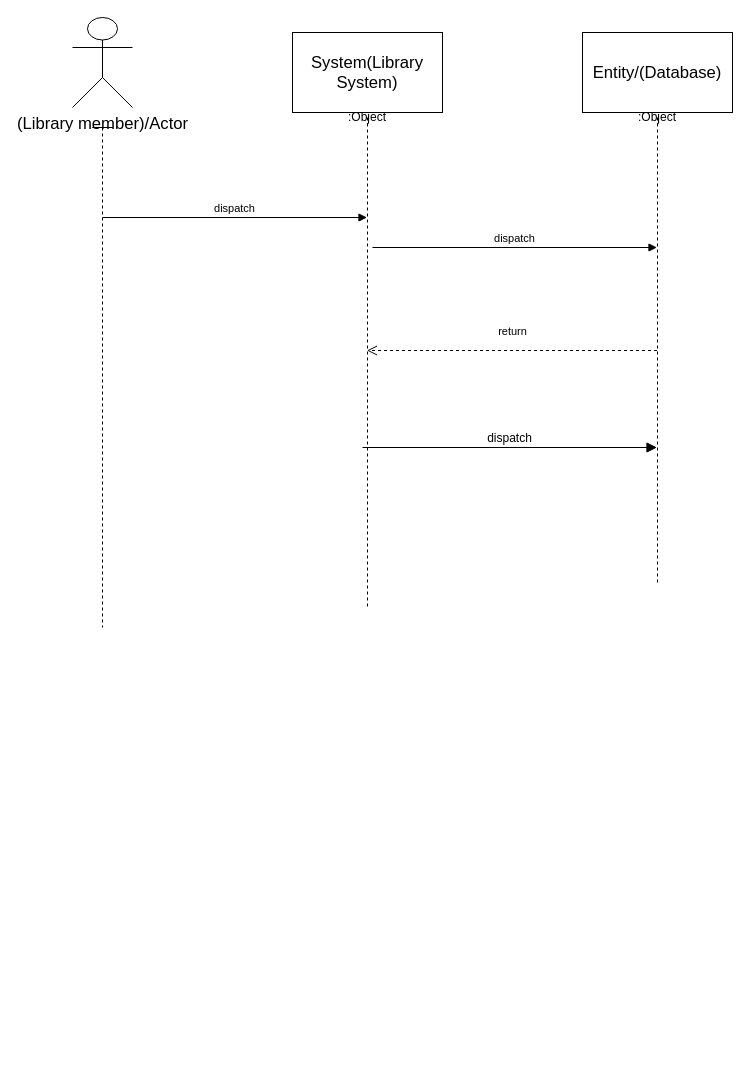
This is Untitled Diagram.drawio from namithaprasad5/Sales_Predictor, a draw.io file, before an edit. Source tidied: cells renumbered, new cells numbered last; positions are measured from the earlier drawing's top-left corner, leaving out a move shared by most shapes. Both pictures are drawn from the tidied source at 100%, with x=0, y=0 at pixel (72, 17).
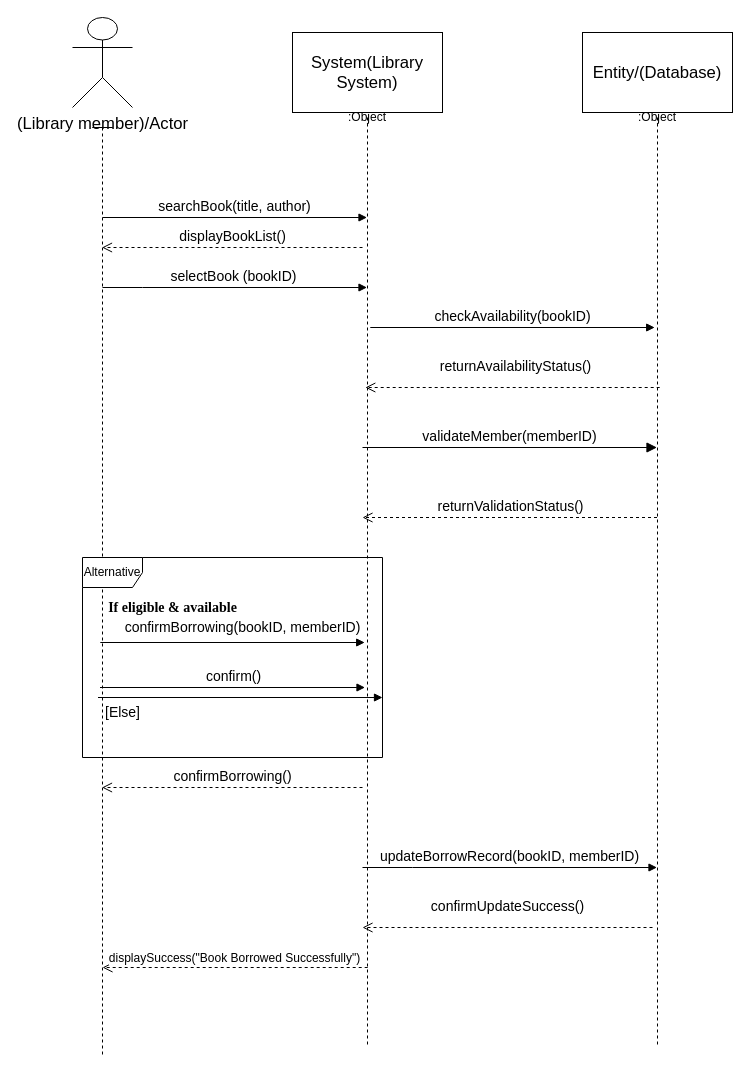
The same diagram, later.

Change to the diagram source:
```diff
@@
     <mxCell id="5" value=":Object" style="shape=umlLifeline;perimeter=lifelinePerimeter;whiteSpace=wrap;html=1;outlineConnect=0;portConstraint=eastwest;newEdgeStyle={&quot;curved&quot;:0,&quot;rounded&quot;:0};size=0;" parent="1" vertex="1">
-      <mxGeometry x="245" y="100" width="100" height="490" as="geometry" />
+      <mxGeometry x="245" y="100" width="100" height="930" as="geometry" />
     </mxCell>
     <mxCell id="6" value=":Object" style="shape=umlLifeline;perimeter=lifelinePerimeter;whiteSpace=wrap;html=1;outlineConnect=0;portConstraint=eastwest;newEdgeStyle={&quot;curved&quot;:0,&quot;rounded&quot;:0};size=0;" parent="1" vertex="1">
-      <mxGeometry x="535" y="100" width="100" height="466" as="geometry" />
+      <mxGeometry x="535" y="100" width="100" height="930" as="geometry" />
     </mxCell>
     <mxCell id="7" style="shape=umlLifeline;perimeter=lifelinePerimeter;whiteSpace=wrap;html=1;outlineConnect=0;portConstraint=eastwest;newEdgeStyle={&quot;curved&quot;:0,&quot;rounded&quot;:0};participant=umlActor;size=0;" parent="1" vertex="1">
-      <mxGeometry x="20" y="110" width="20" height="500" as="geometry" />
+      <mxGeometry x="20" y="110" width="20" height="930" as="geometry" />
     </mxCell>
-    <mxCell id="8" value="dispatch" style="html=1;verticalAlign=bottom;endArrow=block;curved=0;rounded=0;" parent="1" edge="1" target="5">
+    <mxCell id="8" value="&lt;font style=&quot;font-size: 14px;&quot;&gt;searchBook(title, author)&lt;/font&gt;" style="html=1;verticalAlign=bottom;endArrow=block;curved=0;rounded=0;" parent="1" edge="1" target="5">
       <mxGeometry relative="1" as="geometry">
         <mxPoint x="30" y="200" as="sourcePoint" />
       </mxGeometry>
     </mxCell>
-    <mxCell id="9" value="dispatch" style="html=1;verticalAlign=bottom;endArrow=block;curved=0;rounded=0;" parent="1" edge="1" target="6">
+    <mxCell id="9" value="&lt;font style=&quot;font-size: 14px;&quot;&gt;checkAvailability(bookID)&lt;/font&gt;" style="html=1;verticalAlign=bottom;endArrow=block;curved=0;rounded=0;" parent="1" edge="1">
       <mxGeometry relative="1" as="geometry">
-        <mxPoint x="300" y="230" as="sourcePoint" />
+        <mxPoint x="297.8" y="310" as="sourcePoint" />
+        <mxPoint x="582.2" y="310" as="targetPoint" />
       </mxGeometry>
     </mxCell>
-    <mxCell id="10" value="return" style="html=1;verticalAlign=bottom;endArrow=open;dashed=1;endSize=8;curved=0;rounded=0;" parent="1" edge="1" source="6" target="5">
-      <mxGeometry y="-10" relative="1" as="geometry" />
+    <mxCell id="10" value="&lt;font style=&quot;font-size: 14px;&quot;&gt;confirmUpdateSuccess()&lt;/font&gt;" style="html=1;verticalAlign=bottom;endArrow=open;dashed=1;endSize=8;curved=0;rounded=0;" parent="1" edge="1">
+      <mxGeometry y="-10" relative="1" as="geometry">
+        <mxPoint x="580" y="910" as="sourcePoint" />
+        <mxPoint x="290" y="910" as="targetPoint" />
+      </mxGeometry>
     </mxCell>
-    <mxCell id="11" value="dispatch" style="html=1;verticalAlign=bottom;endArrow=block;curved=0;rounded=0;fontSize=12;startSize=8;endSize=8;" parent="1" edge="1" target="6">
+    <mxCell id="11" value="&lt;font style=&quot;font-size: 14px;&quot;&gt;validateMember(memberID)&lt;/font&gt;" style="html=1;verticalAlign=bottom;endArrow=block;curved=0;rounded=0;fontSize=12;startSize=8;endSize=8;" parent="1" edge="1" target="6">
       <mxGeometry relative="1" as="geometry">
         <mxPoint x="290" y="430" as="sourcePoint" />
       </mxGeometry>
     </mxCell>
+    <mxCell id="12" value="&lt;font style=&quot;font-size: 14px;&quot;&gt;returnAvailabilityStatus()&lt;/font&gt;" style="html=1;verticalAlign=bottom;endArrow=open;dashed=1;endSize=8;curved=0;rounded=0;" parent="1" edge="1">
+      <mxGeometry x="-0.02" y="-10" relative="1" as="geometry">
+        <mxPoint x="587.2" y="370" as="sourcePoint" />
+        <mxPoint x="292.8" y="370" as="targetPoint" />
+      </mxGeometry>
+    </mxCell>
+    <mxCell id="13" value="&lt;font style=&quot;font-size: 14px;&quot;&gt;returnValidationStatus()&lt;/font&gt;" style="html=1;verticalAlign=bottom;endArrow=open;dashed=1;endSize=8;curved=0;rounded=0;" parent="1" edge="1" source="6">
+      <mxGeometry relative="1" as="geometry">
+        <mxPoint x="290" y="500" as="targetPoint" />
+      </mxGeometry>
+    </mxCell>
+    <mxCell id="14" value="&lt;font style=&quot;font-size: 14px;&quot;&gt;confirmBorrowing()&lt;/font&gt;" style="html=1;verticalAlign=bottom;endArrow=open;dashed=1;endSize=8;curved=0;rounded=0;" parent="1" edge="1">
+      <mxGeometry relative="1" as="geometry">
+        <mxPoint x="290" y="770" as="sourcePoint" />
+        <mxPoint x="29.5" y="770" as="targetPoint" />
+        <Array as="points">
+          <mxPoint x="250" y="770" />
+        </Array>
+      </mxGeometry>
+    </mxCell>
+    <mxCell id="15" value="&lt;font style=&quot;font-size: 14px;&quot;&gt;confirm()&lt;/font&gt;" style="html=1;verticalAlign=bottom;endArrow=block;curved=0;rounded=0;" parent="1" edge="1">
+      <mxGeometry relative="1" as="geometry">
+        <mxPoint x="27.5" y="670" as="sourcePoint" />
+        <mxPoint x="292.5" y="670" as="targetPoint" />
+      </mxGeometry>
+    </mxCell>
+    <mxCell id="16" value="&lt;font style=&quot;font-size: 14px;&quot;&gt;updateBorrowRecord(bookID, memberID)&lt;/font&gt;" style="html=1;verticalAlign=bottom;endArrow=block;curved=0;rounded=0;" parent="1" edge="1">
+      <mxGeometry relative="1" as="geometry">
+        <mxPoint x="290" y="850" as="sourcePoint" />
+        <mxPoint x="584.5" y="850" as="targetPoint" />
+        <Array as="points">
+          <mxPoint x="340" y="850" />
+        </Array>
+      </mxGeometry>
+    </mxCell>
+    <mxCell id="17" value="&lt;font style=&quot;font-size: 12px;&quot;&gt;displaySuccess(&quot;Book Borrowed Successfully&quot;)&lt;/font&gt;" style="html=1;verticalAlign=bottom;endArrow=open;dashed=1;endSize=8;curved=0;rounded=0;" parent="1" edge="1">
+      <mxGeometry relative="1" as="geometry">
+        <mxPoint x="295.2" y="950" as="sourcePoint" />
+        <mxPoint x="30" y="950" as="targetPoint" />
+        <Array as="points">
+          <mxPoint x="170.8" y="950" />
+        </Array>
+      </mxGeometry>
+    </mxCell>
+    <mxCell id="18" value="Alternative" style="shape=umlFrame;whiteSpace=wrap;html=1;" parent="1" vertex="1">
+      <mxGeometry x="10" y="540" width="300" height="200" as="geometry" />
+    </mxCell>
+    <mxCell id="19" style="html=1;verticalAlign=bottom;endArrow=block;curved=0;rounded=0;" parent="1" edge="1">
+      <mxGeometry relative="1" as="geometry">
+        <mxPoint x="27.8" y="625" as="sourcePoint" />
+        <mxPoint x="292.2" y="625" as="targetPoint" />
+      </mxGeometry>
+    </mxCell>
+    <mxCell id="20" value="&lt;font style=&quot;font-size: 14px;&quot;&gt;[Else]&lt;/font&gt;" style="text;html=1;align=center;verticalAlign=middle;strokeColor=none;fillColor=none;" parent="1" vertex="1">
+      <mxGeometry x="20" y="680" width="60" height="30" as="geometry" />
+    </mxCell>
+    <mxCell id="21" style="html=1;verticalAlign=bottom;endArrow=block;curved=0;rounded=0;" parent="1" edge="1">
+      <mxGeometry x="-0.05" y="10" relative="1" as="geometry">
+        <mxPoint x="25.5" y="680" as="sourcePoint" />
+        <mxPoint x="310" y="680" as="targetPoint" />
+      </mxGeometry>
+    </mxCell>
+    <mxCell id="22" value="&lt;font style=&quot;font-size: 14px;&quot;&gt;displayBookList()&lt;/font&gt;" style="html=1;verticalAlign=bottom;endArrow=open;dashed=1;endSize=8;curved=0;rounded=0;" parent="1" edge="1" target="7">
+      <mxGeometry relative="1" as="geometry">
+        <mxPoint x="290" y="230" as="sourcePoint" />
+      </mxGeometry>
+    </mxCell>
+    <mxCell id="23" value="&lt;font style=&quot;font-size: 14px;&quot;&gt;selectBook (bookID)&lt;/font&gt;" style="html=1;verticalAlign=bottom;endArrow=block;curved=0;rounded=0;" parent="1" edge="1" target="5">
+      <mxGeometry x="-0.01" relative="1" as="geometry">
+        <mxPoint x="30" y="270" as="sourcePoint" />
+        <Array as="points">
+          <mxPoint x="70" y="270" />
+        </Array>
+      </mxGeometry>
+    </mxCell>
+    <mxCell id="24" value="&lt;b&gt;&lt;span style=&quot;line-height: 200%; font-family: &amp;quot;Times New Roman&amp;quot;, serif;&quot; lang=&quot;EN-US&quot;&gt;&lt;font style=&quot;font-size: 14px;&quot;&gt;If&amp;nbsp;&lt;/font&gt;&lt;font style=&quot;font-size: 14px;&quot;&gt;eligible &amp;amp; available&lt;/font&gt;&lt;/span&gt;&lt;/b&gt;" style="text;html=1;align=center;verticalAlign=middle;strokeColor=none;fillColor=none;" parent="1" vertex="1">
+      <mxGeometry x="25" y="570" width="150" height="40" as="geometry" />
+    </mxCell>
+    <mxCell id="25" value="&lt;span style=&quot;font-size: 14px; background-color: rgb(255, 255, 255);&quot;&gt;confirmBorrowing(bookID, memberID)&lt;/span&gt;" style="text;html=1;align=center;verticalAlign=middle;strokeColor=none;fillColor=none;" parent="1" vertex="1">
+      <mxGeometry x="40" y="595" width="260" height="30" as="geometry" />
+    </mxCell>
```
